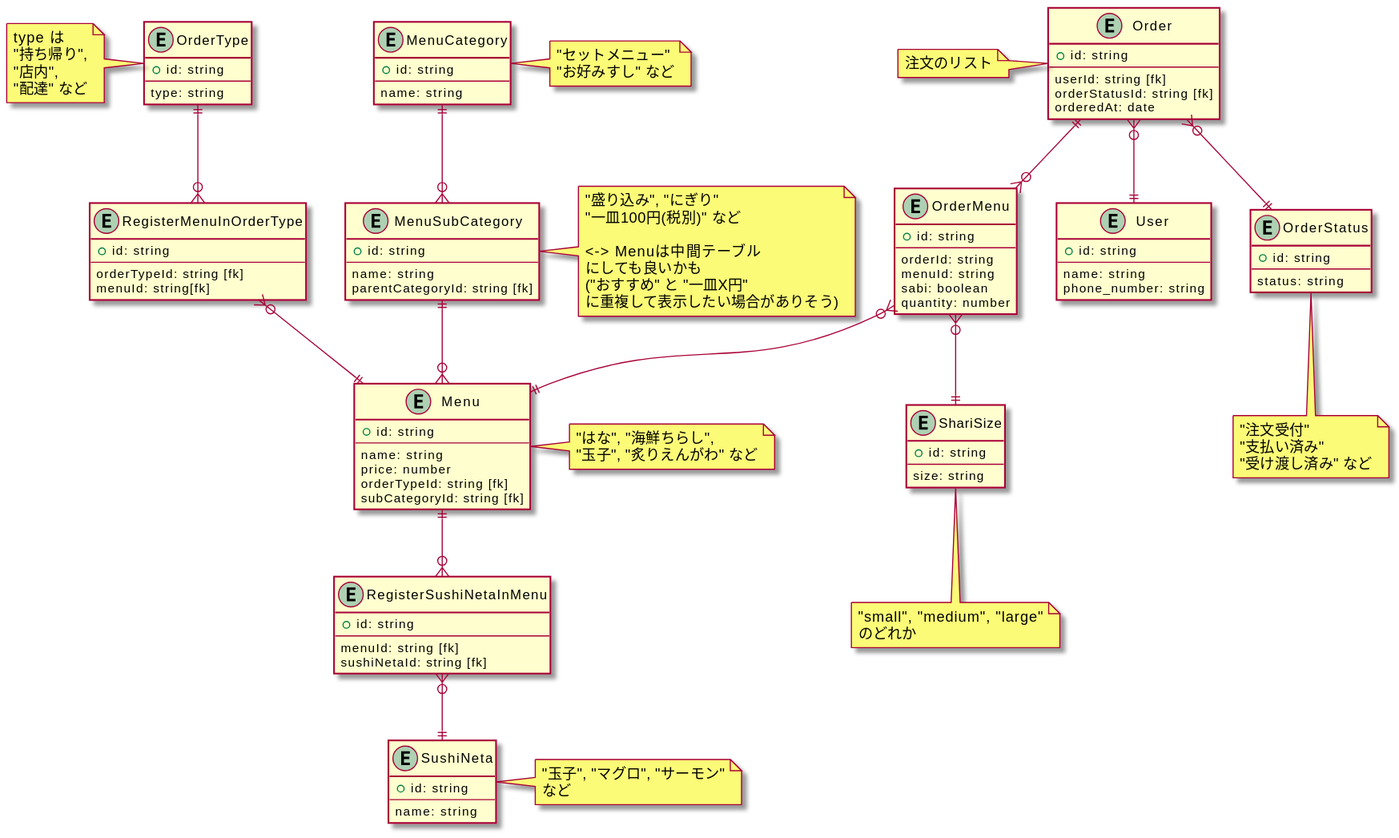
sushidesu/prahachallenge keeps this PlantUML diagram as 03_データベース/14_DBモデリング1 /assets/diagram.svg. Above is the earlier version. The source it was exported from:
```plantuml
@startuml
Entity OrderType {
  + id: string
  --
  type: string
}
note left
type は
"持ち帰り",
"店内",
"配達" など
end note

Entity RegisterMenuInOrderType {
  + id: string
  --
  orderTypeId: string [fk]
  menuId: string[fk]
}

Entity MenuCategory {
  + id: string
  --
  name: string
}
note right
"セットメニュー"
"お好みすし" など
end note

Entity MenuSubCategory {
  + id: string
  --
  name: string
  parentCategoryId: string [fk]
}
note right
"盛り込み", "にぎり"
"一皿100円(税別)" など

<-> Menuは中間テーブル
にしても良いかも
("おすすめ" と "一皿X円"
に重複して表示したい場合がありそう)
end note

Entity Menu {
  + id: string
  --
  name: string
  price: number
  orderTypeId: string [fk]
  subCategoryId: string [fk]
}
note right
"はな", "海鮮ちらし",
"玉子", "炙りえんがわ" など
end note

OrderType ||--o{ RegisterMenuInOrderType
RegisterMenuInOrderType }o--|| Menu
MenuCategory ||--o{ MenuSubCategory
MenuSubCategory ||--o{ Menu

Entity SushiNeta {
  + id: string
  --
  name: string
}
note right
"玉子", "マグロ", "サーモン"
など
end note

Entity RegisterSushiNetaInMenu {
  + id: string
  --
  menuId: string [fk]
  sushiNetaId: string [fk]
}

Entity Order {
  + id: string
  --
  userId: string [fk]
  orderStatusId: string [fk]
  orderedAt: date
}
note left
注文のリスト
end note

Entity OrderMenu {
  + id: string
  --
  orderId: string
  menuId: string
  sabi: boolean
  quantity: number
}

Entity ShariSize {
  + id: string
  --
  size: string
}
note bottom
"small", "medium", "large"
のどれか
end note

Entity User {
  + id: string
  --
  name: string
  phone_number: string
}

Entity OrderStatus {
  + id: string
  --
  status: string
}
note bottom
"注文受付"
"支払い済み"
"受け渡し済み" など
end note

Order ||--o{ OrderMenu
Order }o--|| User
Order }o--|| OrderStatus
OrderMenu }o--|| Menu
OrderMenu }o--|| ShariSize

Menu ||--o{ RegisterSushiNetaInMenu
RegisterSushiNetaInMenu }o--|| SushiNeta
@enduml
```
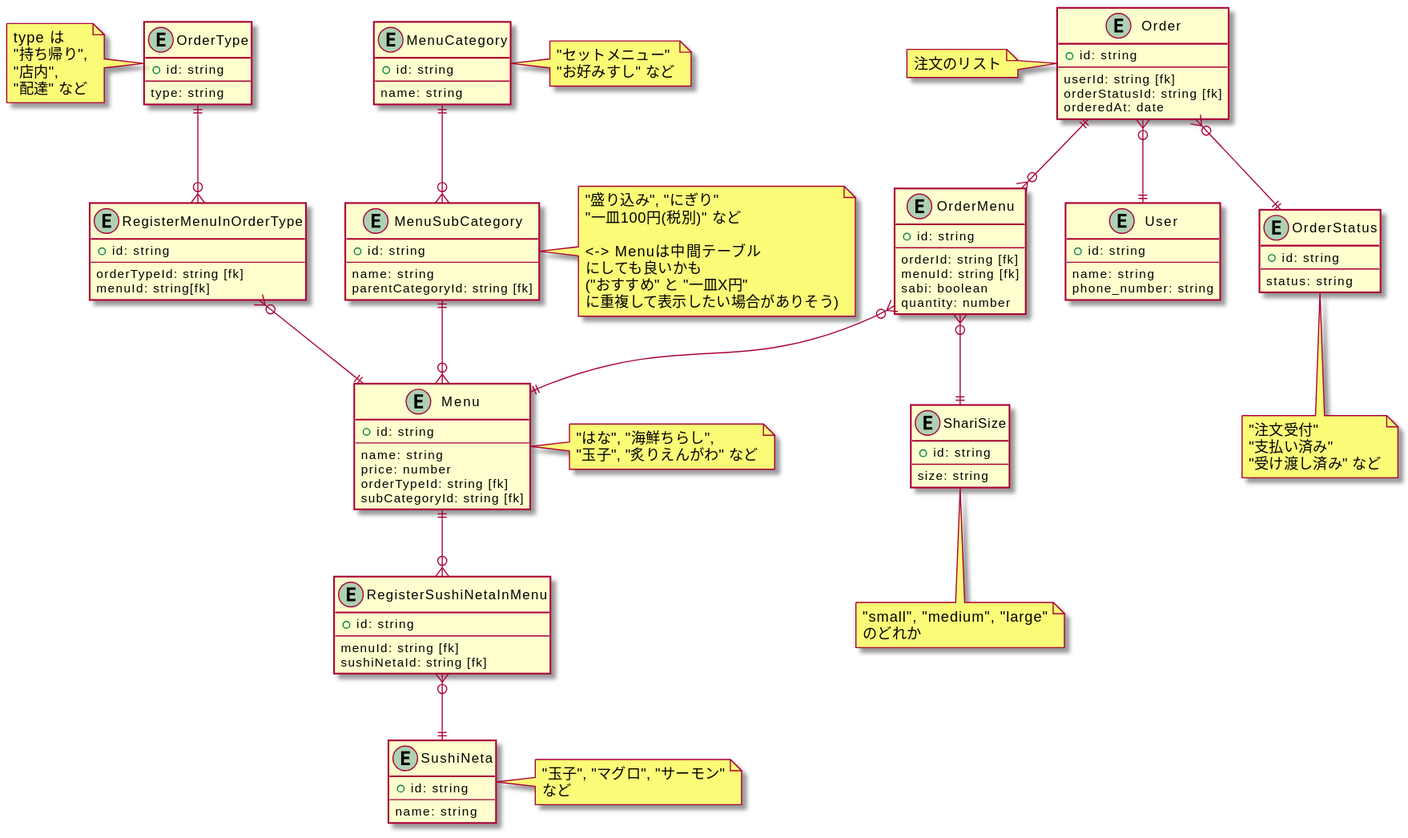
The same diagram one commit later.

Commit message:
FKの記述が抜けていたので修正

The edit, as a diff of the source:
```diff
@@ -93,8 +93,8 @@
 Entity OrderMenu {
   + id: string
   --
-  orderId: string
-  menuId: string
+  orderId: string [fk]
+  menuId: string [fk]
   sabi: boolean
   quantity: number
 }
```
